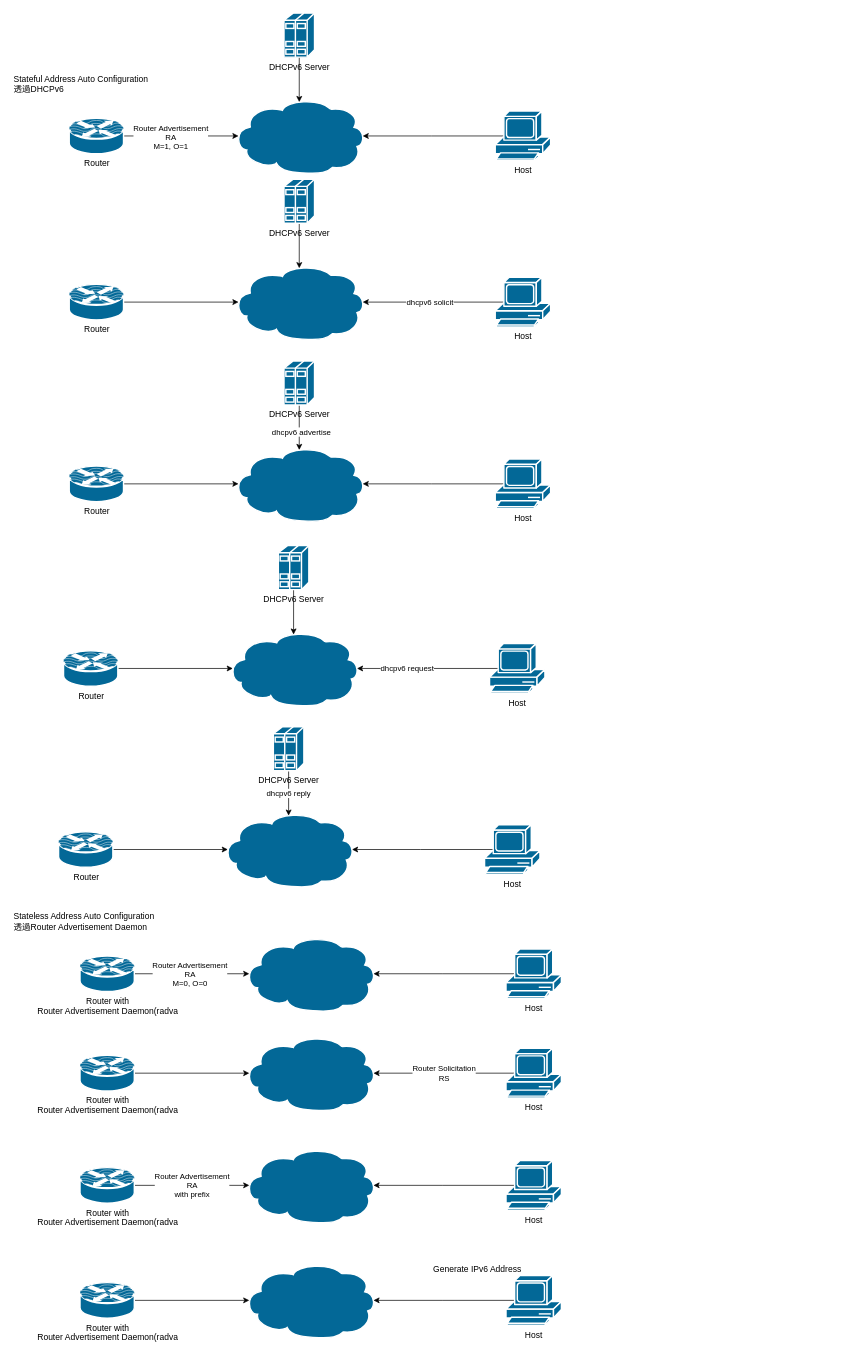
Earlier version of the draw.io diagram page "IPv6" (6 of 9) of GW7557.drawio (nelsonchung/drawio). Source tidied: cells renumbered, new cells numbered last; positions are measured from the earlier drawing's top-left corner, leaving out a move shared by most shapes. Both pictures are drawn from the tidied source at 71%, with x=0, y=0 at pixel (12, 13).
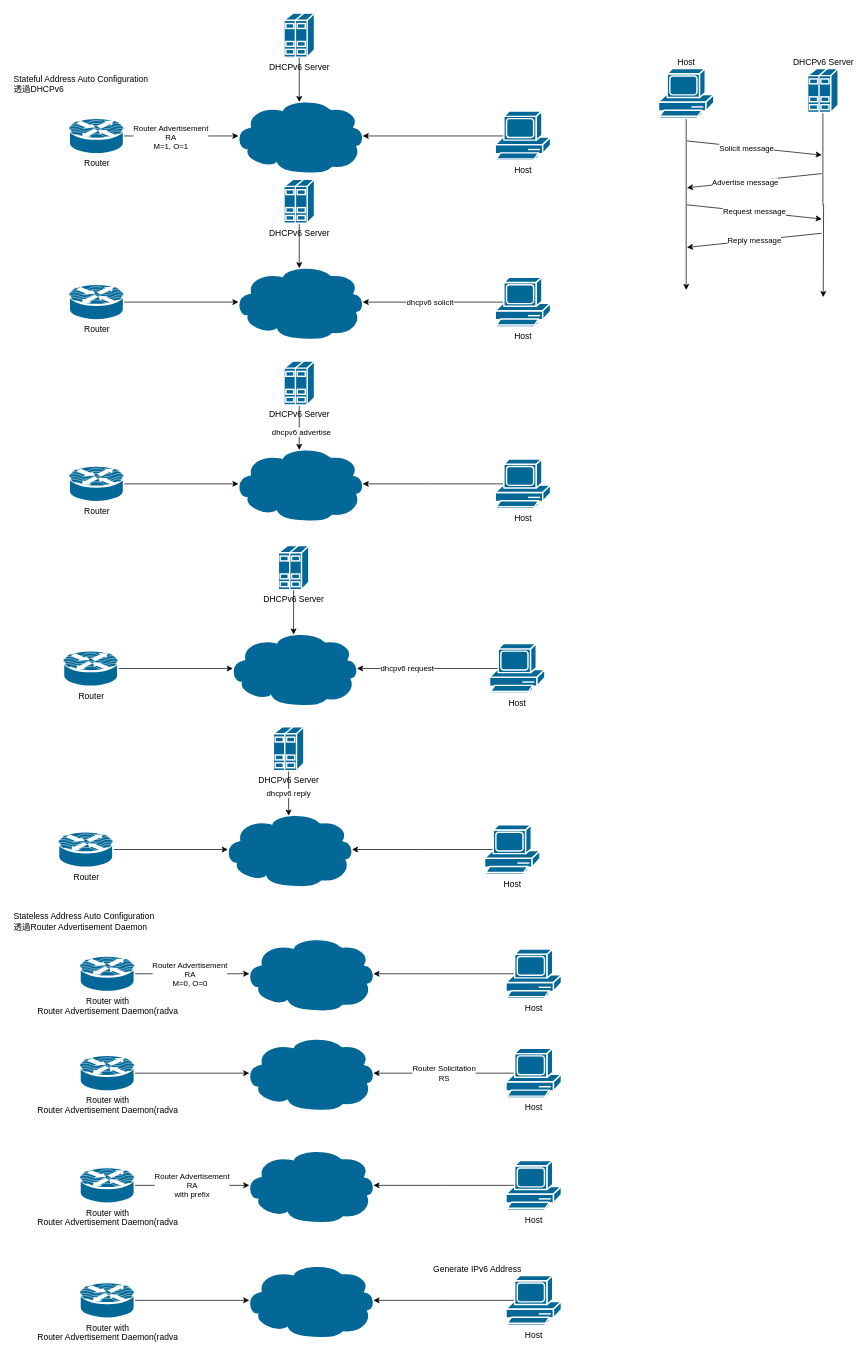
After the change.

The edit, as a diff of the source:
```diff
@@
+    <mxCell id="65" style="edgeStyle=orthogonalEdgeStyle;rounded=0;jettySize=auto;html=1;exitX=0.5;exitY=1;exitDx=0;exitDy=0;exitPerimeter=0;" parent="1" edge="1" source="66">
+      <mxGeometry relative="1" as="geometry">
+        <mxPoint x="949" y="390" as="targetPoint" />
+      </mxGeometry>
+    </mxCell>
+    <mxCell id="66" value="Host" style="shape=mxgraph.cisco.computers_and_peripherals.pc;html=1;dashed=0;fillColor=#036897;strokeColor=#ffffff;strokeWidth=2;verticalLabelPosition=top;verticalAlign=bottom;align=center;outlineConnect=0;labelPosition=center;" parent="1" vertex="1">
+      <mxGeometry x="910" y="78" width="78" height="70" as="geometry" />
+    </mxCell>
+    <mxCell id="67" style="edgeStyle=orthogonalEdgeStyle;rounded=0;jettySize=auto;html=1;exitX=0.5;exitY=1;exitDx=0;exitDy=0;exitPerimeter=0;" parent="1" edge="1" source="68">
+      <mxGeometry relative="1" as="geometry">
+        <mxPoint x="1142" y="400" as="targetPoint" />
+      </mxGeometry>
+    </mxCell>
+    <mxCell id="68" value="DHCPv6 Server" style="shape=mxgraph.cisco.servers.standard_host;html=1;dashed=0;fillColor=#036897;strokeColor=#ffffff;strokeWidth=2;verticalLabelPosition=top;verticalAlign=bottom;align=center;outlineConnect=0;labelPosition=center;" parent="1" vertex="1">
+      <mxGeometry x="1120" y="78" width="43" height="62" as="geometry" />
+    </mxCell>
+    <mxCell id="69" style="endArrow=classic;html=1;" parent="1" edge="1">
+      <mxGeometry relative="1" as="geometry">
+        <mxPoint x="950" y="180" as="sourcePoint" />
+        <mxPoint x="1140" y="200" as="targetPoint" />
+      </mxGeometry>
+    </mxCell>
+    <mxCell id="70" value="Solicit message" style="edgeLabel;html=1;align=center;verticalAlign=middle;" parent="69" vertex="1">
+      <mxGeometry x="-0.12" y="-1" relative="1" as="geometry" />
+    </mxCell>
+    <mxCell id="71" value="Request message" style="endArrow=classic;html=1;" parent="1" edge="1">
+      <mxGeometry relative="1" as="geometry">
+        <mxPoint x="950" y="270" as="sourcePoint" />
+        <mxPoint x="1140" y="290" as="targetPoint" />
+      </mxGeometry>
+    </mxCell>
+    <mxCell id="72" style="endArrow=none;html=1;startArrow=classic;startFill=1;endFill=0;" parent="1" edge="1">
+      <mxGeometry relative="1" as="geometry">
+        <mxPoint x="950" y="246" as="sourcePoint" />
+        <mxPoint x="1140" y="226" as="targetPoint" />
+      </mxGeometry>
+    </mxCell>
+    <mxCell id="73" value="Advertise message" style="edgeLabel;html=1;align=center;verticalAlign=middle;" parent="72" vertex="1">
+      <mxGeometry x="-0.14" y="-1" relative="1" as="geometry" />
+    </mxCell>
+    <mxCell id="74" value="Reply message" style="endArrow=none;html=1;startArrow=classic;startFill=1;endFill=0;" parent="1" edge="1">
+      <mxGeometry relative="1" as="geometry">
+        <mxPoint x="950" y="330" as="sourcePoint" />
+        <mxPoint x="1140" y="310" as="targetPoint" />
+      </mxGeometry>
+    </mxCell>
```
